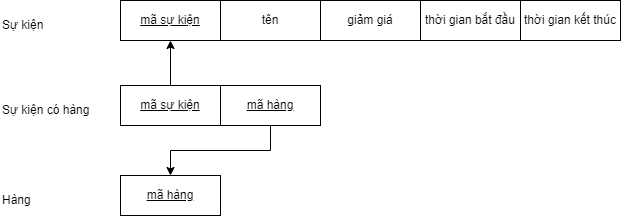
This is img/database/mapping/mapping-event.png from hienbui-iwrp/DACN_report, a draw.io export, as it was before one commit. Source tidied: cells renumbered, new cells last; positions are measured from the earlier drawing's top-left corner, leaving out a move shared by most shapes.
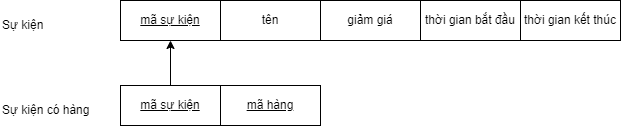
The same file after the commit.

What changed in the source:
```diff
@@ -20,26 +20,17 @@
     <mxCell id="7" value="thời gian kết thúc" style="rounded=0;whiteSpace=wrap;html=1;" parent="1" vertex="1">
       <mxGeometry x="520" width="100" height="40" as="geometry" />
     </mxCell>
-    <mxCell id="8" value="Hàng" style="text;html=1;align=left;verticalAlign=middle;strokeColor=none;fillColor=none;" parent="1" vertex="1">
-      <mxGeometry y="185" width="50" height="30" as="geometry" />
+    <mxCell id="8" value="Sự kiện có hàng" style="text;html=1;align=left;verticalAlign=middle;strokeColor=none;fillColor=none;" parent="1" vertex="1">
+      <mxGeometry y="95" width="110" height="30" as="geometry" />
     </mxCell>
-    <mxCell id="9" value="&lt;u&gt;mã hàng&lt;/u&gt;" style="rounded=0;whiteSpace=wrap;html=1;" parent="1" vertex="1">
-      <mxGeometry x="120" y="175" width="100" height="40" as="geometry" />
+    <mxCell id="9" style="edgeStyle=orthogonalEdgeStyle;rounded=0;jettySize=auto;html=1;" parent="1" edge="1" source="10" target="3">
+      <mxGeometry relative="1" as="geometry" />
     </mxCell>
-    <mxCell id="10" value="Sự kiện có hàng" style="text;html=1;align=left;verticalAlign=middle;points=[];strokeColor=none;fillColor=none;" parent="1" vertex="1">
-      <mxGeometry y="95" width="110" height="30" as="geometry" />
+    <mxCell id="10" value="&lt;u&gt;mã sự kiện&lt;/u&gt;" style="rounded=0;whiteSpace=wrap;html=1;" parent="1" vertex="1">
+      <mxGeometry x="120" y="85" width="100" height="40" as="geometry" />
     </mxCell>
-    <mxCell id="11" style="edgeStyle=orthogonalEdgeStyle;rounded=0;jettySize=auto;html=1;" parent="1" edge="1" source="12" target="3">
-      <mxGeometry relative="1" as="geometry" />
+    <mxCell id="11" value="&lt;u&gt;mã hàng&lt;/u&gt;" style="rounded=0;whiteSpace=wrap;html=1;" parent="1" vertex="1">
+      <mxGeometry x="220" y="85" width="100" height="40" as="geometry" />
     </mxCell>
-    <mxCell id="12" value="&lt;u&gt;mã sự kiện&lt;/u&gt;" style="rounded=0;whiteSpace=wrap;html=1;" parent="1" vertex="1">
-      <mxGeometry x="120" y="85" width="100" height="40" as="geometry" />
-    </mxCell>
-    <mxCell id="13" style="edgeStyle=orthogonalEdgeStyle;rounded=0;jettySize=auto;html=1;" parent="1" edge="1" source="14" target="9">
-      <mxGeometry relative="1" as="geometry" />
-    </mxCell>
-    <mxCell id="14" value="&lt;u&gt;mã hàng&lt;/u&gt;" style="rounded=0;whiteSpace=wrap;html=1;" parent="1" vertex="1">
-      <mxGeometry x="220" y="85" width="100" height="40" as="geometry" />
-    </mxCell>
   </root>
 </mxGraphModel>
```
